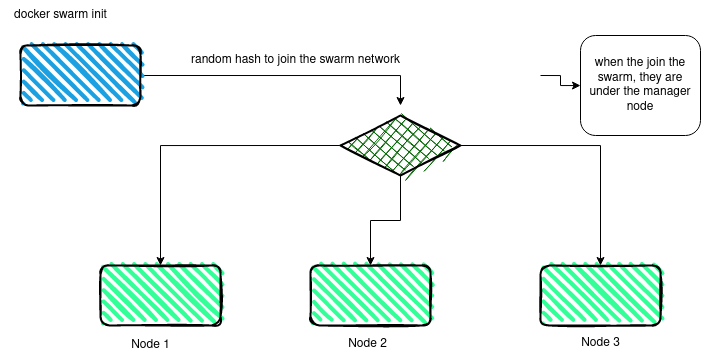
Before: docker-swarm.drawio.drawio.png, a diagram exported from draw.io (Masum-Osman/diagrams.io-draws). Source tidied: cells renumbered, new cells last; positions are measured from the earlier drawing's top-left corner, leaving out a move shared by most shapes. The source it was exported from:
```xml
<mxGraphModel>
  <root>
    <mxCell id="0" />
    <mxCell id="1" parent="0" />
    <mxCell id="2" style="edgeStyle=orthogonalEdgeStyle;rounded=0;orthogonalLoop=1;jettySize=auto;html=1;" parent="1" edge="1">
      <mxGeometry relative="1" as="geometry">
        <mxPoint x="140" y="75" as="sourcePoint" />
        <mxPoint x="400" y="105" as="targetPoint" />
      </mxGeometry>
    </mxCell>
    <mxCell id="3" style="edgeStyle=orthogonalEdgeStyle;rounded=0;jettySize=auto;html=1;" parent="1" edge="1" target="4">
      <mxGeometry relative="1" as="geometry">
        <mxPoint x="540" y="75" as="sourcePoint" />
      </mxGeometry>
    </mxCell>
    <mxCell id="4" value="&lt;div&gt;when the join the swarm, they are under the manager node&lt;/div&gt;" style="rounded=1;whiteSpace=wrap;html=1;" parent="1" vertex="1">
      <mxGeometry x="580" y="35" width="120" height="100" as="geometry" />
    </mxCell>
    <mxCell id="5" value="random hash to join the swarm network" style="text;html=1;align=center;verticalAlign=middle;strokeColor=none;fillColor=none;" parent="1" vertex="1">
      <mxGeometry x="180" y="45" width="230" height="30" as="geometry" />
    </mxCell>
    <mxCell id="6" style="rounded=1;whiteSpace=wrap;html=1;strokeWidth=2;fillWeight=4;hachureGap=8;hachureAngle=45;fillColor=#1ba1e2;sketch=1;" parent="1" vertex="1">
      <mxGeometry x="20" y="45" width="120" height="60" as="geometry" />
    </mxCell>
    <mxCell id="7" value="docker swarm init" style="text;html=1;align=center;verticalAlign=middle;strokeColor=none;fillColor=none;" parent="1" vertex="1">
      <mxGeometry width="120" height="30" as="geometry" />
    </mxCell>
    <mxCell id="8" style="rounded=1;whiteSpace=wrap;html=1;strokeWidth=2;fillWeight=4;hachureGap=8;hachureAngle=45;fillColor=#33FF99;sketch=1;" parent="1" vertex="1">
      <mxGeometry x="100" y="265" width="120" height="60" as="geometry" />
    </mxCell>
    <mxCell id="9" style="rounded=1;whiteSpace=wrap;html=1;strokeWidth=2;fillWeight=4;hachureGap=8;hachureAngle=45;fillColor=#33FF99;sketch=1;" parent="1" vertex="1">
      <mxGeometry x="310" y="265" width="120" height="60" as="geometry" />
    </mxCell>
    <mxCell id="10" style="rounded=1;whiteSpace=wrap;html=1;strokeWidth=2;fillWeight=4;hachureGap=8;hachureAngle=45;fillColor=#33FF99;sketch=1;" parent="1" vertex="1">
      <mxGeometry x="540" y="265" width="120" height="60" as="geometry" />
    </mxCell>
    <mxCell id="11" style="edgeStyle=orthogonalEdgeStyle;rounded=0;jettySize=auto;html=1;exitX=0.5;exitY=1;exitDx=0;exitDy=0;" parent="1" edge="1" source="14" target="9">
      <mxGeometry relative="1" as="geometry" />
    </mxCell>
    <mxCell id="12" style="edgeStyle=orthogonalEdgeStyle;rounded=0;jettySize=auto;html=1;exitX=1;exitY=0.5;exitDx=0;exitDy=0;entryX=0.5;entryY=0;entryDx=0;entryDy=0;" parent="1" edge="1" source="14" target="10">
      <mxGeometry relative="1" as="geometry" />
    </mxCell>
    <mxCell id="13" style="edgeStyle=orthogonalEdgeStyle;rounded=0;jettySize=auto;html=1;exitX=0;exitY=0.5;exitDx=0;exitDy=0;entryX=0.5;entryY=0;entryDx=0;entryDy=0;" parent="1" edge="1" source="14" target="8">
      <mxGeometry relative="1" as="geometry" />
    </mxCell>
    <mxCell id="14" style="rhombus;whiteSpace=wrap;html=1;strokeWidth=2;fillWeight=-1;hachureGap=8;fillStyle=cross-hatch;fillColor=#006600;sketch=1;" parent="1" vertex="1">
      <mxGeometry x="340" y="115" width="120" height="60" as="geometry" />
    </mxCell>
    <mxCell id="15" value="Node 1" style="text;html=1;align=center;verticalAlign=middle;strokeColor=none;fillColor=none;" parent="1" vertex="1">
      <mxGeometry x="120" y="330" width="60" height="30" as="geometry" />
    </mxCell>
    <mxCell id="16" value="&lt;div&gt;Node 2&lt;/div&gt;" style="text;html=1;align=center;verticalAlign=middle;strokeColor=none;fillColor=none;" parent="1" vertex="1">
      <mxGeometry x="337" y="329" width="60" height="30" as="geometry" />
    </mxCell>
    <mxCell id="17" value="Node 3" style="text;html=1;align=center;verticalAlign=middle;strokeColor=none;fillColor=none;" parent="1" vertex="1">
      <mxGeometry x="570" y="328" width="60" height="30" as="geometry" />
    </mxCell>
  </root>
</mxGraphModel>
```
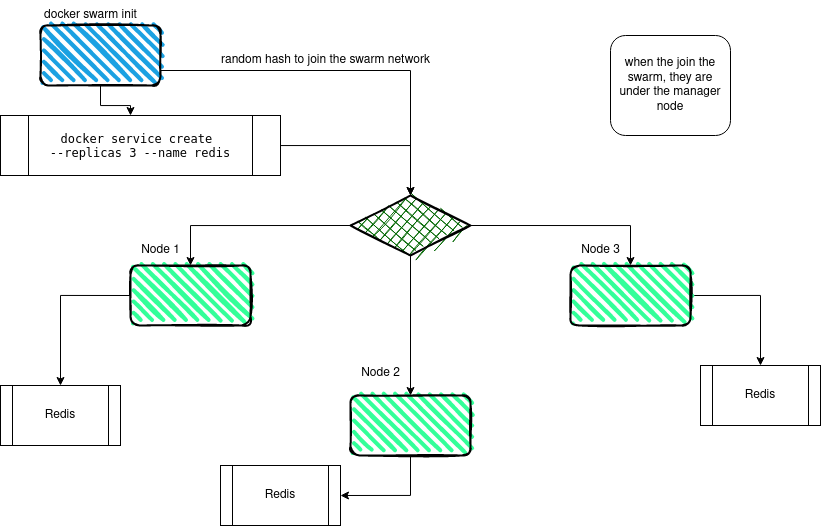
Above is the later version.

Diff of the diagram source:
```diff
@@ -2,35 +2,43 @@
   <root>
     <mxCell id="0" />
     <mxCell id="1" parent="0" />
-    <mxCell id="2" style="edgeStyle=orthogonalEdgeStyle;rounded=0;orthogonalLoop=1;jettySize=auto;html=1;" parent="1" edge="1">
+    <mxCell id="2" style="edgeStyle=orthogonalEdgeStyle;rounded=0;jettySize=auto;html=1;entryX=0.5;entryY=0;entryDx=0;entryDy=0;" parent="1" edge="1" target="14">
       <mxGeometry relative="1" as="geometry">
-        <mxPoint x="140" y="75" as="sourcePoint" />
-        <mxPoint x="400" y="105" as="targetPoint" />
+        <mxPoint x="130" y="70" as="sourcePoint" />
       </mxGeometry>
     </mxCell>
-    <mxCell id="3" style="edgeStyle=orthogonalEdgeStyle;rounded=0;jettySize=auto;html=1;" parent="1" edge="1" target="4">
-      <mxGeometry relative="1" as="geometry">
-        <mxPoint x="540" y="75" as="sourcePoint" />
-      </mxGeometry>
-    </mxCell>
     <mxCell id="4" value="&lt;div&gt;when the join the swarm, they are under the manager node&lt;/div&gt;" style="rounded=1;whiteSpace=wrap;html=1;" parent="1" vertex="1">
       <mxGeometry x="580" y="35" width="120" height="100" as="geometry" />
     </mxCell>
     <mxCell id="5" value="random hash to join the swarm network" style="text;html=1;align=center;verticalAlign=middle;strokeColor=none;fillColor=none;" parent="1" vertex="1">
       <mxGeometry x="180" y="45" width="230" height="30" as="geometry" />
     </mxCell>
+    <mxCell id="18" style="edgeStyle=orthogonalEdgeStyle;rounded=0;jettySize=auto;html=1;exitX=0.5;exitY=1;exitDx=0;exitDy=0;entryX=0.5;entryY=0;entryDx=0;entryDy=0;" parent="1" edge="1" source="6">
+      <mxGeometry relative="1" as="geometry">
+        <mxPoint x="100" y="115" as="targetPoint" />
+      </mxGeometry>
+    </mxCell>
     <mxCell id="6" style="rounded=1;whiteSpace=wrap;html=1;strokeWidth=2;fillWeight=4;hachureGap=8;hachureAngle=45;fillColor=#1ba1e2;sketch=1;" parent="1" vertex="1">
-      <mxGeometry x="20" y="45" width="120" height="60" as="geometry" />
+      <mxGeometry x="10" y="25" width="120" height="60" as="geometry" />
     </mxCell>
     <mxCell id="7" value="docker swarm init" style="text;html=1;align=center;verticalAlign=middle;strokeColor=none;fillColor=none;" parent="1" vertex="1">
       <mxGeometry width="120" height="30" as="geometry" />
     </mxCell>
+    <mxCell id="19" style="edgeStyle=orthogonalEdgeStyle;rounded=0;jettySize=auto;html=1;exitX=0;exitY=0.5;exitDx=0;exitDy=0;entryX=0.5;entryY=0;entryDx=0;entryDy=0;" parent="1" edge="1" source="8" target="25">
+      <mxGeometry relative="1" as="geometry" />
+    </mxCell>
     <mxCell id="8" style="rounded=1;whiteSpace=wrap;html=1;strokeWidth=2;fillWeight=4;hachureGap=8;hachureAngle=45;fillColor=#33FF99;sketch=1;" parent="1" vertex="1">
       <mxGeometry x="100" y="265" width="120" height="60" as="geometry" />
     </mxCell>
+    <mxCell id="20" style="edgeStyle=orthogonalEdgeStyle;rounded=0;jettySize=auto;html=1;exitX=0.5;exitY=1;exitDx=0;exitDy=0;entryX=1;entryY=0.5;entryDx=0;entryDy=0;" parent="1" edge="1" source="9" target="26">
+      <mxGeometry relative="1" as="geometry" />
+    </mxCell>
     <mxCell id="9" style="rounded=1;whiteSpace=wrap;html=1;strokeWidth=2;fillWeight=4;hachureGap=8;hachureAngle=45;fillColor=#33FF99;sketch=1;" parent="1" vertex="1">
-      <mxGeometry x="310" y="265" width="120" height="60" as="geometry" />
+      <mxGeometry x="320" y="395" width="120" height="60" as="geometry" />
     </mxCell>
+    <mxCell id="21" style="edgeStyle=orthogonalEdgeStyle;rounded=0;jettySize=auto;html=1;exitX=1;exitY=0.5;exitDx=0;exitDy=0;entryX=0.5;entryY=0;entryDx=0;entryDy=0;" parent="1" edge="1" source="10" target="27">
+      <mxGeometry relative="1" as="geometry" />
+    </mxCell>
     <mxCell id="10" style="rounded=1;whiteSpace=wrap;html=1;strokeWidth=2;fillWeight=4;hachureGap=8;hachureAngle=45;fillColor=#33FF99;sketch=1;" parent="1" vertex="1">
       <mxGeometry x="540" y="265" width="120" height="60" as="geometry" />
     </mxCell>
@@ -44,16 +52,34 @@
       <mxGeometry relative="1" as="geometry" />
     </mxCell>
     <mxCell id="14" style="rhombus;whiteSpace=wrap;html=1;strokeWidth=2;fillWeight=-1;hachureGap=8;fillStyle=cross-hatch;fillColor=#006600;sketch=1;" parent="1" vertex="1">
-      <mxGeometry x="340" y="115" width="120" height="60" as="geometry" />
+      <mxGeometry x="320" y="195" width="120" height="60" as="geometry" />
     </mxCell>
     <mxCell id="15" value="Node 1" style="text;html=1;align=center;verticalAlign=middle;strokeColor=none;fillColor=none;" parent="1" vertex="1">
-      <mxGeometry x="120" y="330" width="60" height="30" as="geometry" />
+      <mxGeometry x="100" y="235" width="60" height="30" as="geometry" />
     </mxCell>
     <mxCell id="16" value="&lt;div&gt;Node 2&lt;/div&gt;" style="text;html=1;align=center;verticalAlign=middle;strokeColor=none;fillColor=none;" parent="1" vertex="1">
-      <mxGeometry x="337" y="329" width="60" height="30" as="geometry" />
+      <mxGeometry x="320" y="358" width="60" height="30" as="geometry" />
     </mxCell>
     <mxCell id="17" value="Node 3" style="text;html=1;align=center;verticalAlign=middle;strokeColor=none;fillColor=none;" parent="1" vertex="1">
-      <mxGeometry x="570" y="328" width="60" height="30" as="geometry" />
+      <mxGeometry x="540" y="235" width="60" height="30" as="geometry" />
     </mxCell>
+    <mxCell id="22" value="&lt;pre class=&quot;highlight&quot;&gt;&lt;br&gt;&lt;/pre&gt;" style="text;html=1;align=center;verticalAlign=middle;strokeColor=none;fillColor=none;" parent="1" vertex="1">
+      <mxGeometry x="160" y="115" width="20" height="50" as="geometry" />
+    </mxCell>
+    <mxCell id="23" style="edgeStyle=orthogonalEdgeStyle;rounded=0;jettySize=auto;html=1;entryX=0.5;entryY=0;entryDx=0;entryDy=0;" parent="1" edge="1" source="24" target="14">
+      <mxGeometry relative="1" as="geometry" />
+    </mxCell>
+    <mxCell id="24" value="&lt;pre class=&quot;highlight&quot;&gt;&lt;code&gt;docker service create &lt;span class=&quot;nt&quot;&gt;&lt;br&gt;--replicas&lt;/span&gt; 3 &lt;span class=&quot;nt&quot;&gt;--name&lt;/span&gt; redis&lt;/code&gt;&lt;/pre&gt;" style="shape=process;whiteSpace=wrap;html=1;backgroundOutline=1;fillColor=none;" parent="1" vertex="1">
+      <mxGeometry x="-30" y="115" width="280" height="60" as="geometry" />
+    </mxCell>
+    <mxCell id="25" value="&lt;div&gt;Redis &lt;br&gt;&lt;/div&gt;" style="shape=process;whiteSpace=wrap;html=1;backgroundOutline=1;fillColor=none;" parent="1" vertex="1">
+      <mxGeometry x="-30" y="385" width="120" height="60" as="geometry" />
+    </mxCell>
+    <mxCell id="26" value="&lt;div&gt;Redis &lt;br&gt;&lt;/div&gt;" style="shape=process;whiteSpace=wrap;html=1;backgroundOutline=1;fillColor=none;" parent="1" vertex="1">
+      <mxGeometry x="190" y="465" width="120" height="60" as="geometry" />
+    </mxCell>
+    <mxCell id="27" value="&lt;div&gt;Redis &lt;br&gt;&lt;/div&gt;" style="shape=process;whiteSpace=wrap;html=1;backgroundOutline=1;fillColor=none;" parent="1" vertex="1">
+      <mxGeometry x="670" y="365" width="120" height="60" as="geometry" />
+    </mxCell>
   </root>
 </mxGraphModel>
```
